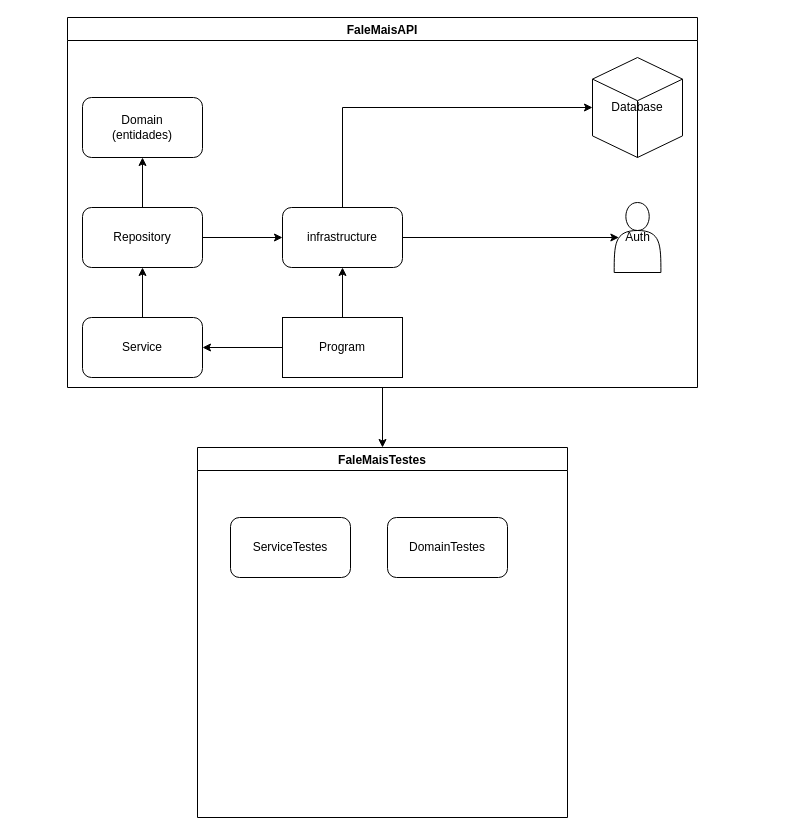
Before: estrutura.drawio in DouglasAugustoJunior/Oviv, a draw.io diagram. Source tidied: cells renumbered, new cells numbered last; positions are measured from the earlier drawing's top-left corner, leaving out a move shared by most shapes. Both pictures are drawn from the tidied source at 100%, with x=0, y=0 at pixel (67, 17).
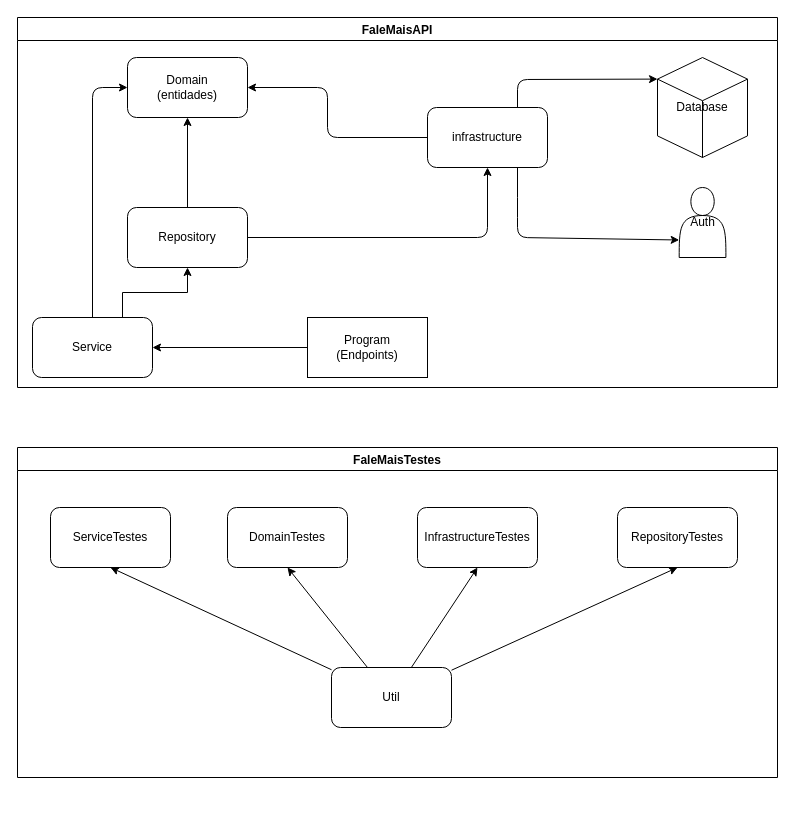
The same page after the edit.

Unchanged cells that the change refers to:
```xml
<mxCell id="8" value="Service" style="rounded=1;whiteSpace=wrap;html=1;" parent="3" vertex="1">
  <mxGeometry x="15" y="300" width="120" height="60" as="geometry" />
</mxCell>
```

Diff of the diagram source:
```diff
@@
-    <mxCell id="2" style="edgeStyle=orthogonalEdgeStyle;rounded=0;jettySize=auto;html=1;entryX=0.5;entryY=0;entryDx=0;entryDy=0;" parent="1" edge="1" source="3" target="18">
-      <mxGeometry relative="1" as="geometry" />
-    </mxCell>
     <mxCell id="3" value="FaleMaisAPI" style="swimlane;" parent="1" vertex="1">
-      <mxGeometry width="630" height="370" as="geometry" />
+      <mxGeometry x="-50" width="760" height="370" as="geometry" />
     </mxCell>
     <mxCell id="4" value="Domain&lt;br&gt;(entidades)" style="rounded=1;whiteSpace=wrap;html=1;" parent="3" vertex="1">
-      <mxGeometry x="15" y="80" width="120" height="60" as="geometry" />
+      <mxGeometry x="110" y="40" width="120" height="60" as="geometry" />
     </mxCell>
@@
+    <mxCell id="10" style="edgeStyle=none;html=1;entryX=0.5;entryY=1;entryDx=0;entryDy=0;" parent="3" edge="1" source="6" target="9">
+      <mxGeometry relative="1" as="geometry">
+        <Array as="points">
+          <mxPoint x="470" y="220" />
+        </Array>
+      </mxGeometry>
+    </mxCell>
     <mxCell id="6" value="Repository" style="rounded=1;whiteSpace=wrap;html=1;" parent="3" vertex="1">
-      <mxGeometry x="15" y="190" width="120" height="60" as="geometry" />
+      <mxGeometry x="110" y="190" width="120" height="60" as="geometry" />
     </mxCell>
-    <mxCell id="7" style="edgeStyle=orthogonalEdgeStyle;rounded=0;jettySize=auto;html=1;entryX=0.5;entryY=1;entryDx=0;entryDy=0;" parent="3" edge="1" source="8" target="6">
+    <mxCell id="7" style="edgeStyle=orthogonalEdgeStyle;rounded=0;jettySize=auto;html=1;entryX=0.5;entryY=1;entryDx=0;entryDy=0;exitX=0.75;exitY=0;exitDx=0;exitDy=0;" parent="3" edge="1" source="8" target="6">
       <mxGeometry relative="1" as="geometry" />
     </mxCell>
+    <mxCell id="21" style="edgeStyle=none;html=1;entryX=0;entryY=0.5;entryDx=0;entryDy=0;" parent="3" edge="1" source="8" target="4">
+      <mxGeometry relative="1" as="geometry">
+        <Array as="points">
+          <mxPoint x="75" y="70" />
+        </Array>
+      </mxGeometry>
+    </mxCell>
@@
+    <mxCell id="17" style="edgeStyle=none;html=1;entryX=0;entryY=0.75;entryDx=0;entryDy=0;exitX=0.75;exitY=1;exitDx=0;exitDy=0;" parent="3" edge="1" source="9" target="16">
+      <mxGeometry relative="1" as="geometry">
+        <Array as="points">
+          <mxPoint x="500" y="190" />
+          <mxPoint x="500" y="220" />
+        </Array>
+      </mxGeometry>
+    </mxCell>
+    <mxCell id="15" style="edgeStyle=none;html=1;entryX=0;entryY=0;entryDx=0;entryDy=21.60708831721044;entryPerimeter=0;exitX=0.75;exitY=0;exitDx=0;exitDy=0;" parent="3" edge="1" source="9" target="14">
+      <mxGeometry relative="1" as="geometry">
+        <Array as="points">
+          <mxPoint x="500" y="62" />
+        </Array>
+      </mxGeometry>
+    </mxCell>
+    <mxCell id="22" style="edgeStyle=none;html=1;entryX=1;entryY=0.5;entryDx=0;entryDy=0;" parent="3" edge="1" source="9" target="4">
+      <mxGeometry relative="1" as="geometry">
+        <Array as="points">
+          <mxPoint x="310" y="120" />
+          <mxPoint x="310" y="70" />
+        </Array>
+      </mxGeometry>
+    </mxCell>
     <mxCell id="9" value="infrastructure" style="rounded=1;whiteSpace=wrap;html=1;" parent="3" vertex="1">
-      <mxGeometry x="215" y="190" width="120" height="60" as="geometry" />
+      <mxGeometry x="410" y="90" width="120" height="60" as="geometry" />
     </mxCell>
-    <mxCell id="10" style="edgeStyle=orthogonalEdgeStyle;rounded=0;jettySize=auto;html=1;entryX=0;entryY=0.5;entryDx=0;entryDy=0;" parent="3" edge="1" source="6" target="9">
-      <mxGeometry relative="1" as="geometry" />
-    </mxCell>
@@
-    <mxCell id="12" style="edgeStyle=orthogonalEdgeStyle;rounded=0;jettySize=auto;html=1;entryX=0.5;entryY=1;entryDx=0;entryDy=0;" parent="3" edge="1" source="13" target="9">
-      <mxGeometry relative="1" as="geometry" />
-    </mxCell>
-    <mxCell id="13" value="Program" style="rounded=0;whiteSpace=wrap;html=1;" parent="3" vertex="1">
-      <mxGeometry x="215" y="300" width="120" height="60" as="geometry" />
+    <mxCell id="13" value="Program&lt;br&gt;(Endpoints)" style="rounded=0;whiteSpace=wrap;html=1;" parent="3" vertex="1">
+      <mxGeometry x="290" y="300" width="120" height="60" as="geometry" />
     </mxCell>
     <mxCell id="14" value="Database" style="html=1;whiteSpace=wrap;shape=isoCube2;backgroundOutline=1;isoAngle=15;" parent="3" vertex="1">
-      <mxGeometry x="525" y="40" width="90" height="100" as="geometry" />
+      <mxGeometry x="640" y="40" width="90" height="100" as="geometry" />
     </mxCell>
-    <mxCell id="15" style="edgeStyle=orthogonalEdgeStyle;rounded=0;jettySize=auto;html=1;entryX=0;entryY=0.5;entryDx=0;entryDy=0;entryPerimeter=0;" parent="3" edge="1" source="9" target="14">
-      <mxGeometry relative="1" as="geometry">
-        <Array as="points">
-          <mxPoint x="275" y="90" />
-        </Array>
-      </mxGeometry>
-    </mxCell>
     <mxCell id="16" value="Auth" style="shape=actor;whiteSpace=wrap;html=1;" parent="3" vertex="1">
-      <mxGeometry x="546.7" y="185" width="46.7" height="70" as="geometry" />
+      <mxGeometry x="661.7" y="170" width="46.7" height="70" as="geometry" />
     </mxCell>
-    <mxCell id="17" style="edgeStyle=orthogonalEdgeStyle;rounded=0;jettySize=auto;html=1;entryX=0.1;entryY=0.5;entryDx=0;entryDy=0;entryPerimeter=0;" parent="3" edge="1" source="9" target="16">
-      <mxGeometry relative="1" as="geometry" />
-    </mxCell>
     <mxCell id="18" value="FaleMaisTestes" style="swimlane;" parent="1" vertex="1">
-      <mxGeometry x="130" y="430" width="370" height="370" as="geometry" />
+      <mxGeometry x="-50" y="430" width="760" height="330" as="geometry" />
     </mxCell>
     <mxCell id="19" value="ServiceTestes" style="rounded=1;whiteSpace=wrap;html=1;" parent="18" vertex="1">
-      <mxGeometry x="33" y="70" width="120" height="60" as="geometry" />
+      <mxGeometry x="33" y="60" width="120" height="60" as="geometry" />
     </mxCell>
     <mxCell id="20" value="DomainTestes" style="rounded=1;whiteSpace=wrap;html=1;" parent="18" vertex="1">
-      <mxGeometry x="190" y="70" width="120" height="60" as="geometry" />
+      <mxGeometry x="210" y="60" width="120" height="60" as="geometry" />
     </mxCell>
+    <mxCell id="23" value="InfrastructureTestes" style="rounded=1;whiteSpace=wrap;html=1;" parent="18" vertex="1">
+      <mxGeometry x="400" y="60" width="120" height="60" as="geometry" />
+    </mxCell>
+    <mxCell id="24" value="RepositoryTestes" style="rounded=1;whiteSpace=wrap;html=1;" parent="18" vertex="1">
+      <mxGeometry x="600" y="60" width="120" height="60" as="geometry" />
+    </mxCell>
+    <mxCell id="25" style="edgeStyle=none;html=1;entryX=0.5;entryY=1;entryDx=0;entryDy=0;" parent="18" edge="1" source="29" target="24">
+      <mxGeometry relative="1" as="geometry" />
+    </mxCell>
+    <mxCell id="26" style="edgeStyle=none;html=1;entryX=0.5;entryY=1;entryDx=0;entryDy=0;" parent="18" edge="1" source="29" target="23">
+      <mxGeometry relative="1" as="geometry" />
+    </mxCell>
+    <mxCell id="27" style="edgeStyle=none;html=1;entryX=0.5;entryY=1;entryDx=0;entryDy=0;" parent="18" edge="1" source="29" target="20">
+      <mxGeometry relative="1" as="geometry" />
+    </mxCell>
+    <mxCell id="28" style="edgeStyle=none;html=1;entryX=0.5;entryY=1;entryDx=0;entryDy=0;" parent="18" edge="1" source="29" target="19">
+      <mxGeometry relative="1" as="geometry" />
+    </mxCell>
+    <mxCell id="29" value="Util" style="rounded=1;whiteSpace=wrap;html=1;" parent="18" vertex="1">
+      <mxGeometry x="314" y="220" width="120" height="60" as="geometry" />
+    </mxCell>
```
